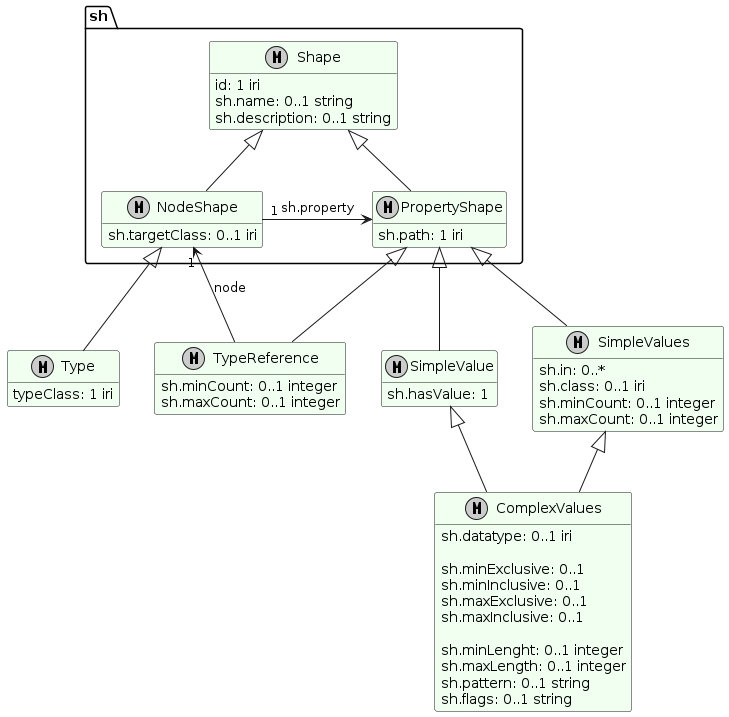
imf-lab/imf-ontology-semweb keeps this PlantUML diagram as out/img/imf-overview-types.png. Above is the earlier version. Source of this version:
```plantuml
@startuml
hide empty members

skinparam class {
 BackgroundColor HoneyDew
 BackgroundColor<< RDL >> SeaShell
 BackgroundColor<< Type >> LightCyan
}



metaclass sh.Shape {
  id: 1 iri
  sh.name: 0..1 string
  sh.description: 0..1 string
}

metaclass sh.NodeShape {
  sh.targetClass: 0..1 iri
}

metaclass sh.PropertyShape {
  sh.path: 1 iri
}

metaclass Type {
  typeClass: 1 iri
}

metaclass SimpleValue {
  sh.hasValue: 1
}

metaclass SimpleValues {
  sh.in: 0..*
  sh.class: 0..1 iri
  sh.minCount: 0..1 integer
  sh.maxCount: 0..1 integer
}

metaclass TypeReference {
  sh.minCount: 0..1 integer
  sh.maxCount: 0..1 integer
}

metaclass ComplexValues {
  sh.datatype: 0..1 iri

  sh.minExclusive: 0..1
  sh.minInclusive: 0..1
  sh.maxExclusive: 0..1
  sh.maxInclusive: 0..1

  sh.minLenght: 0..1 integer
  sh.maxLength: 0..1 integer
  sh.pattern: 0..1 string
  sh.flags: 0..1 string
}

sh.Shape <|-- sh.NodeShape
sh.Shape <|-- sh.PropertyShape

sh.NodeShape <|-- Type

sh.PropertyShape <|-- SimpleValue
sh.PropertyShape <|-- SimpleValues
sh.PropertyShape <|-- TypeReference

SimpleValue <|-- ComplexValues
SimpleValues <|-- ComplexValues

sh.NodeShape "1" -right-> sh.PropertyShape : sh.property
TypeReference --> "1" sh.NodeShape : node

@enduml
```
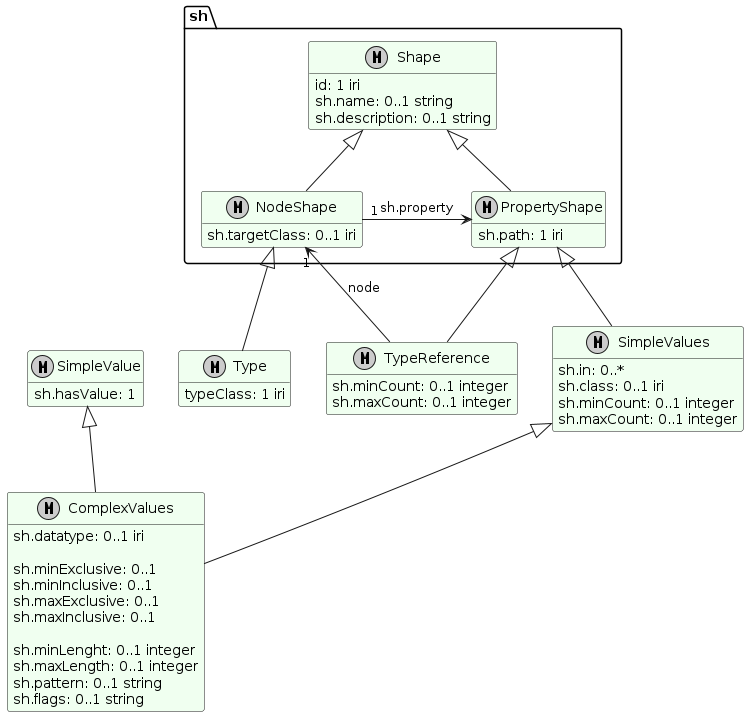
Above is the later version.

What changed in the source:
```diff
@@ -62,7 +62,6 @@
 
 sh.NodeShape <|-- Type
 
-sh.PropertyShape <|-- SimpleValue
 sh.PropertyShape <|-- SimpleValues
 sh.PropertyShape <|-- TypeReference
 
```
